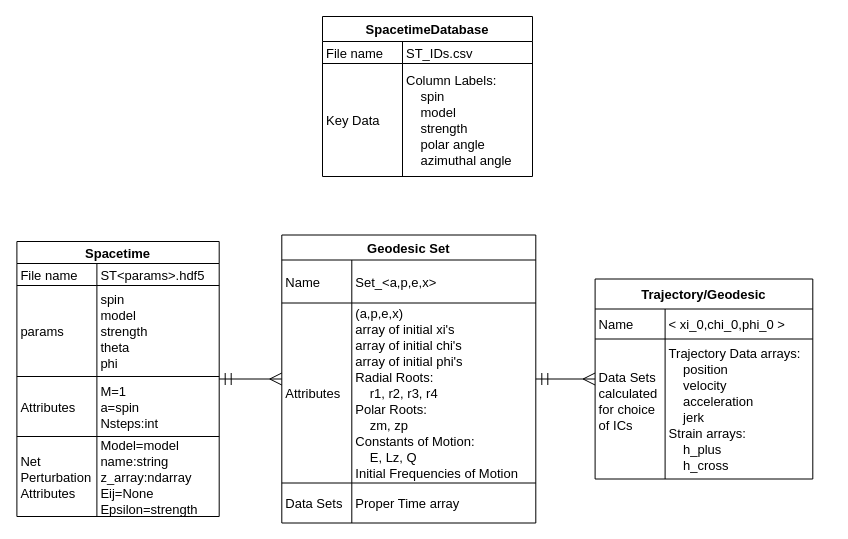
Before: Database.drawio in jrivest3/Static_Tidal_Pert_Kerr, a draw.io diagram. Source tidied: cells renumbered, new cells numbered last; positions are measured from the earlier drawing's top-left corner, leaving out a move shared by most shapes. Both pictures are drawn from the tidied source at 100%, with x=0, y=0 at pixel (1, 16).
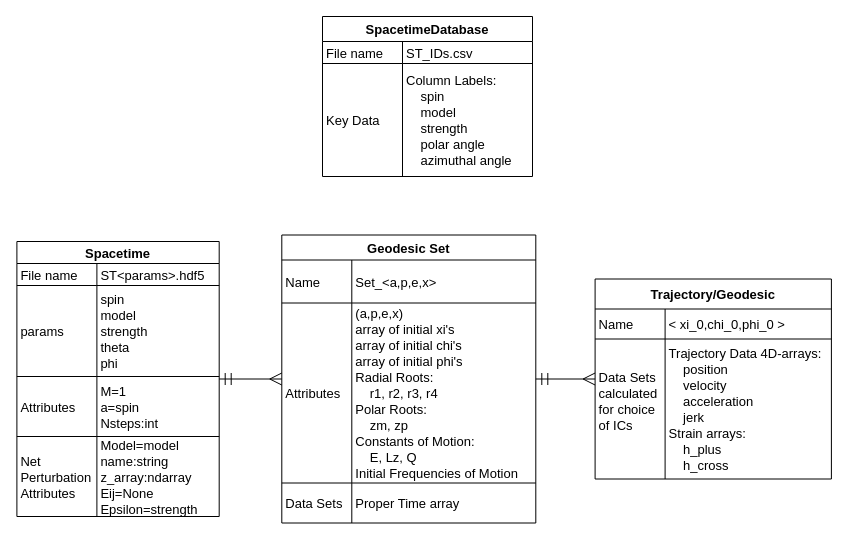
The same diagram, later.

Unchanged cells that the change refers to:
```xml
<mxCell id="2" style="group;fontSize=13;" parent="1" vertex="1">
  <mxGeometry y="220" width="841" height="290" as="geometry" />
</mxCell>
```

What changed in the source:
```diff
@@
     <mxCell id="27" value="Trajectory/Geodesic" style="shape=table;startSize=30;childLayout=tableLayout;rowLines=1;fontStyle=1;align=center;fontSize=13;" parent="2" vertex="1">
-      <mxGeometry x="593.6" y="42.5" width="217.7" height="200" as="geometry" />
+      <mxGeometry x="593.6" y="42.5" width="236.3" height="200" as="geometry" />
     </mxCell>
     <mxCell id="28" style="shape=tableRow;horizontal=0;startSize=0;swimlaneHead=0;swimlaneBody=0;fillColor=none;top=0;left=0;right=0;bottom=0;fontSize=13;" parent="27" vertex="1">
-      <mxGeometry y="30" width="217.7" height="30" as="geometry" />
+      <mxGeometry y="30" width="236.3" height="30" as="geometry" />
     </mxCell>
@@
     <mxCell id="30" value="&lt; xi_0,chi_0,phi_0 &gt;" style="shape=partialRectangle;fillColor=none;top=0;left=0;bottom=0;right=0;align=left;spacingLeft=2;overflow=hidden;fontSize=13;" parent="28" vertex="1">
-      <mxGeometry x="70" width="147.7" height="30" as="geometry" />
+      <mxGeometry x="70" width="166.3" height="30" as="geometry" />
     </mxCell>
     <mxCell id="31" style="shape=tableRow;horizontal=0;startSize=0;swimlaneHead=0;swimlaneBody=0;fillColor=none;top=0;left=0;right=0;bottom=0;fontSize=13;" parent="27" vertex="1">
-      <mxGeometry y="60" width="217.7" height="140" as="geometry" />
+      <mxGeometry y="60" width="236.3" height="140" as="geometry" />
     </mxCell>
@@
-    <mxCell id="33" value="Trajectory Data arrays:&#10;    position&#10;    velocity&#10;    acceleration&#10;    jerk&#10;Strain arrays:&#10;    h_plus&#10;    h_cross" style="shape=partialRectangle;fillColor=none;top=0;left=0;bottom=0;right=0;align=left;spacingLeft=2;overflow=hidden;fontSize=13;" parent="31" vertex="1">
-      <mxGeometry x="70" width="147.7" height="140" as="geometry" />
+    <mxCell id="33" value="Trajectory Data 4D-arrays:&#10;    position&#10;    velocity&#10;    acceleration&#10;    jerk&#10;Strain arrays:&#10;    h_plus&#10;    h_cross" style="shape=partialRectangle;fillColor=none;top=0;left=0;bottom=0;right=0;align=left;spacingLeft=2;overflow=hidden;fontSize=13;" parent="31" vertex="1">
+      <mxGeometry x="70" width="166.3" height="140" as="geometry" />
     </mxCell>
```
